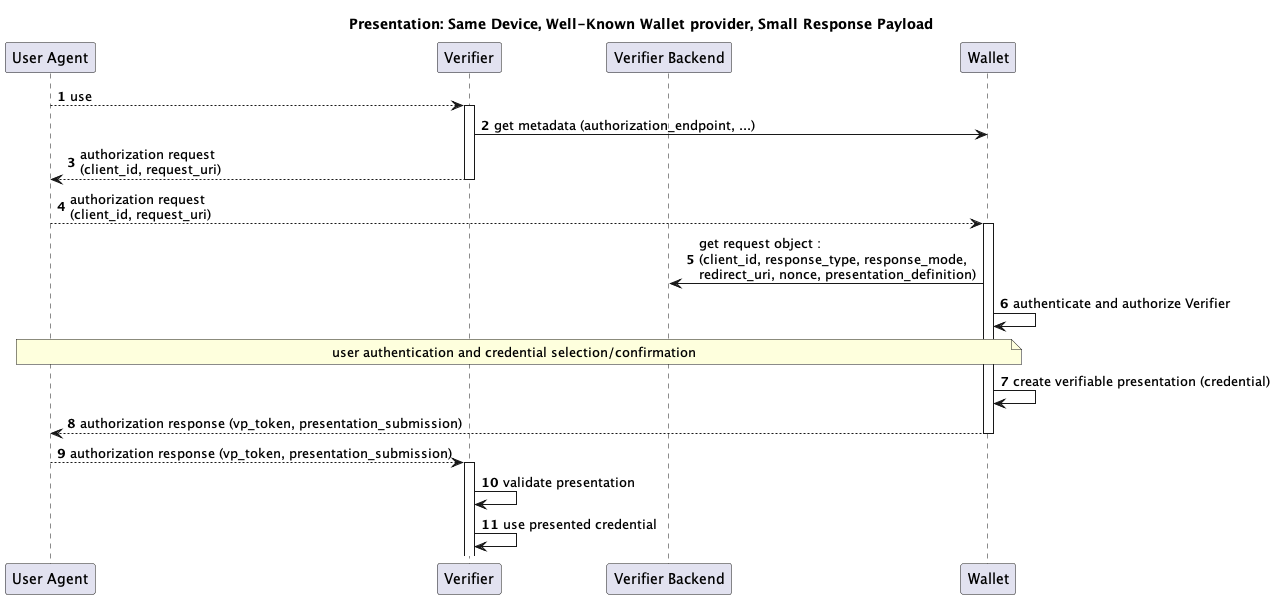
This is out/openid-4-verifiable-presentations/diagrams/presentation_same_device/presentation_same_device.png from openid/connect, a PlantUML export, as it was before one commit.
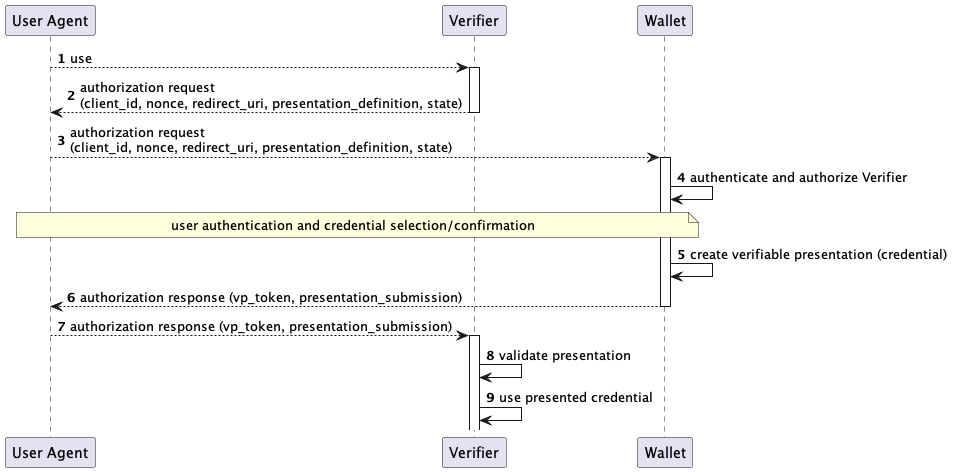
Later version of the same file.

The edit, as a diff of the source:
```diff
@@ -1,25 +1,19 @@
 @startuml
 
 autonumber
-
-title "Presentation: Same Device, Well-Known Wallet provider, Small Response Payload"
 
 participant "User Agent" as u
 
 participant "Verifier" as r
 
-participant "Verifier Backend" as rb
-
 participant "Wallet" as w
 
 u --> r : use
 activate r
-r -> w: get metadata (authorization_endpoint, ...)
-r --> u: authorization request\n(client_id, request_uri)
+r --> u: authorization request\n(client_id, nonce, redirect_uri, presentation_definition, state)
 deactivate r
-u --> w: authorization request\n(client_id, request_uri)
+u --> w: authorization request\n(client_id, nonce, redirect_uri, presentation_definition, state)
 activate w
-w -> rb: get request object : \n(client_id, response_type, response_mode, \nredirect_uri, nonce, presentation_definition)
 w -> w: authenticate and authorize Verifier
 
 note over u, w: user authentication and credential selection/confirmation
```
